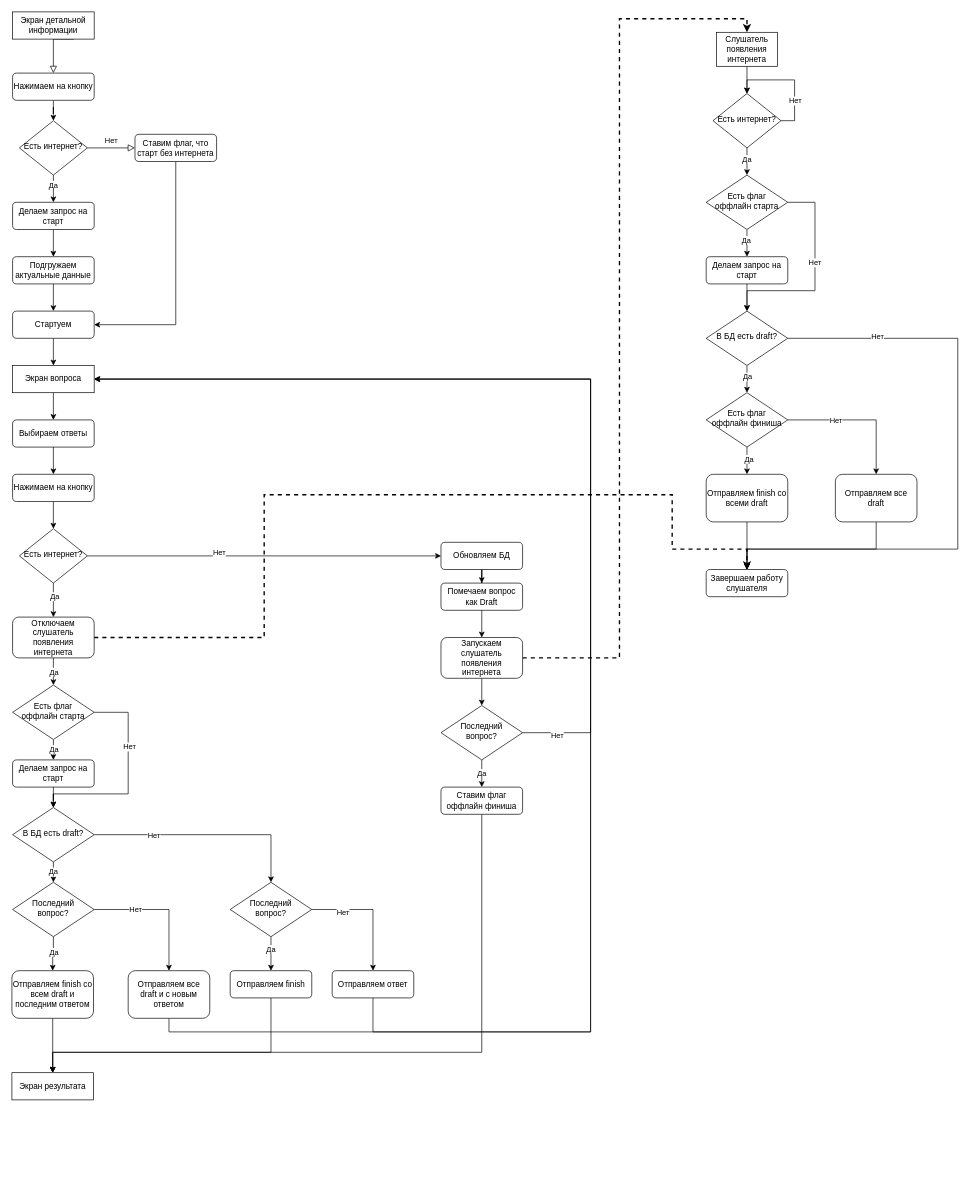
This is Диаграмма без названия.drawio from battisq/offline_flow, a draw.io file, before an edit. Source tidied: cells renumbered, new cells numbered last; positions are measured from the earlier drawing's top-left corner, leaving out a move shared by most shapes. Both pictures are drawn from the tidied source at 68%, with x=0, y=0 at pixel (12, 12).
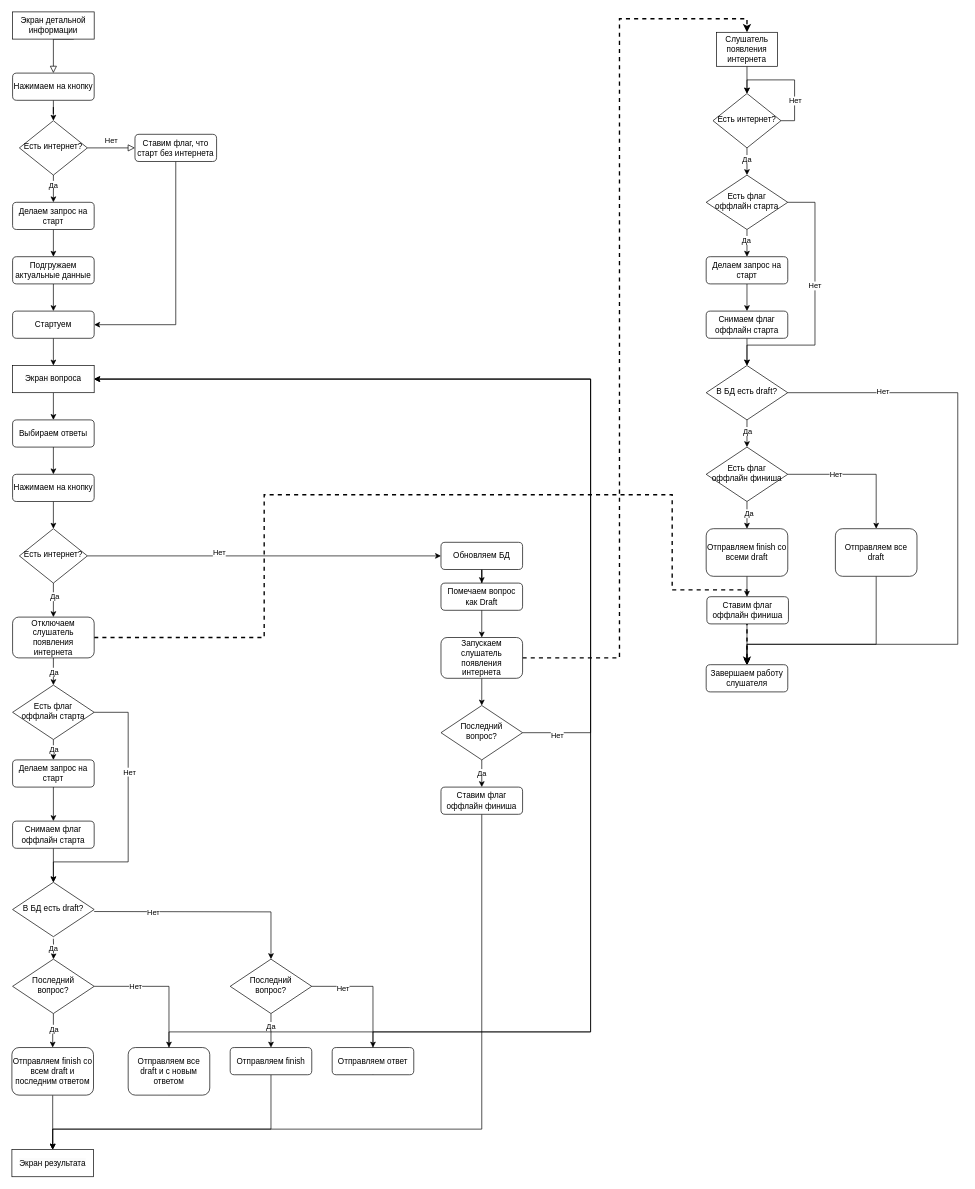
After the change.

Unchanged cells that the change refers to:
```xml
<mxCell id="39" value="Есть флаг оффлайн старта" style="rhombus;whiteSpace=wrap;html=1;shadow=0;fontFamily=Helvetica;fontSize=12;align=center;strokeWidth=1;spacing=6;spacingTop=-4;" parent="1" vertex="1">
  <mxGeometry x="1" y="990" width="120" height="80" as="geometry" />
</mxCell>
<mxCell id="41" value="Делаем запрос на старт" style="rounded=1;whiteSpace=wrap;html=1;fontSize=12;glass=0;strokeWidth=1;shadow=0;" parent="1" vertex="1">
  <mxGeometry x="1" y="1100" width="120" height="40" as="geometry" />
</mxCell>
<mxCell id="69" value="Ставим флаг оффлайн финиша" style="rounded=1;whiteSpace=wrap;html=1;fontSize=12;glass=0;strokeWidth=1;shadow=0;" parent="1" vertex="1">
  <mxGeometry x="631" y="1140" width="120" height="40" as="geometry" />
</mxCell>
<mxCell id="79" value="Отключаем слушатель появления интернета" style="rounded=1;whiteSpace=wrap;html=1;fontSize=12;glass=0;strokeWidth=1;shadow=0;" parent="1" vertex="1">
  <mxGeometry x="1" y="890" width="120" height="60" as="geometry" />
</mxCell>
<mxCell id="89" value="Есть флаг оффлайн старта" style="rhombus;whiteSpace=wrap;html=1;shadow=0;fontFamily=Helvetica;fontSize=12;align=center;strokeWidth=1;spacing=6;spacingTop=-4;" parent="1" vertex="1">
  <mxGeometry x="1021" y="240" width="120" height="80" as="geometry" />
</mxCell>
<mxCell id="91" value="Делаем запрос на старт" style="rounded=1;whiteSpace=wrap;html=1;fontSize=12;glass=0;strokeWidth=1;shadow=0;" parent="1" vertex="1">
  <mxGeometry x="1021" y="360" width="120" height="40" as="geometry" />
</mxCell>
```

What changed in the source:
```diff
@@
     <mxCell id="37" style="edgeStyle=orthogonalEdgeStyle;rounded=0;jettySize=auto;html=1;exitX=1;exitY=0.5;exitDx=0;exitDy=0;entryX=0.5;entryY=0;entryDx=0;entryDy=0;" parent="1" edge="1" source="39" target="45">
       <mxGeometry relative="1" as="geometry">
         <Array as="points">
           <mxPoint x="171" y="1030" />
-          <mxPoint x="171" y="1150" />
-          <mxPoint x="61" y="1150" />
+          <mxPoint x="171" y="1250" />
+          <mxPoint x="61" y="1250" />
         </Array>
       </mxGeometry>
     </mxCell>
@@
-    <mxCell id="40" style="edgeStyle=orthogonalEdgeStyle;rounded=0;jettySize=auto;html=1;" parent="1" edge="1" source="41" target="45">
+    <mxCell id="40" style="edgeStyle=orthogonalEdgeStyle;rounded=0;jettySize=auto;html=1;entryX=0.5;entryY=0;entryDx=0;entryDy=0;" parent="1" edge="1" source="41" target="108">
       <mxGeometry relative="1" as="geometry" />
     </mxCell>
@@
-    <mxCell id="42" value="Да" style="edgeStyle=orthogonalEdgeStyle;rounded=0;jettySize=auto;html=1;" parent="1" edge="1" source="45" target="50">
-      <mxGeometry relative="1" as="geometry" />
+    <mxCell id="42" value="Да" style="edgeStyle=orthogonalEdgeStyle;rounded=0;jettySize=auto;html=1;" parent="1" edge="1" target="50">
+      <mxGeometry relative="1" as="geometry">
+        <mxPoint x="61" y="1363" as="sourcePoint" />
+      </mxGeometry>
     </mxCell>
-    <mxCell id="43" style="edgeStyle=orthogonalEdgeStyle;rounded=0;jettySize=auto;html=1;exitX=1;exitY=0.5;exitDx=0;exitDy=0;" parent="1" edge="1" source="45" target="61">
-      <mxGeometry relative="1" as="geometry" />
+    <mxCell id="43" style="edgeStyle=orthogonalEdgeStyle;rounded=0;jettySize=auto;html=1;exitX=1;exitY=0.5;exitDx=0;exitDy=0;" parent="1" edge="1" target="61">
+      <mxGeometry relative="1" as="geometry">
+        <mxPoint x="121" y="1323" as="sourcePoint" />
+      </mxGeometry>
     </mxCell>
@@
     <mxCell id="45" value="В БД есть draft?" style="rhombus;whiteSpace=wrap;html=1;shadow=0;fontFamily=Helvetica;fontSize=12;align=center;strokeWidth=1;spacing=6;spacingTop=-4;" parent="1" vertex="1">
-      <mxGeometry x="1" y="1170" width="120" height="80" as="geometry" />
+      <mxGeometry x="1" y="1280" width="120" height="80" as="geometry" />
     </mxCell>
@@
     <mxCell id="50" value="Последний вопрос?" style="rhombus;whiteSpace=wrap;html=1;shadow=0;fontFamily=Helvetica;fontSize=12;align=center;strokeWidth=1;spacing=6;spacingTop=-4;" parent="1" vertex="1">
-      <mxGeometry x="1" y="1280" width="120" height="80" as="geometry" />
+      <mxGeometry x="1" y="1393" width="120" height="80" as="geometry" />
     </mxCell>
@@
     <mxCell id="52" value="Отправляем finish со всем draft и последним ответом" style="rounded=1;whiteSpace=wrap;html=1;fontSize=12;glass=0;strokeWidth=1;shadow=0;" parent="1" vertex="1">
-      <mxGeometry y="1410" width="120" height="70" as="geometry" />
+      <mxGeometry y="1523" width="120" height="70" as="geometry" />
     </mxCell>
@@
     <mxCell id="54" value="Отправляем все draft и с новым ответом" style="rounded=1;whiteSpace=wrap;html=1;fontSize=12;glass=0;strokeWidth=1;shadow=0;" parent="1" vertex="1">
-      <mxGeometry x="171" y="1410" width="120" height="70" as="geometry" />
+      <mxGeometry x="171" y="1523" width="120" height="70" as="geometry" />
     </mxCell>
@@
     <mxCell id="56" value="Отправляем ответ" style="rounded=1;whiteSpace=wrap;html=1;fontSize=12;glass=0;strokeWidth=1;shadow=0;" parent="1" vertex="1">
-      <mxGeometry x="471" y="1410" width="120" height="40" as="geometry" />
+      <mxGeometry x="471" y="1523" width="120" height="40" as="geometry" />
     </mxCell>
@@
     <mxCell id="61" value="Последний вопрос?" style="rhombus;whiteSpace=wrap;html=1;shadow=0;fontFamily=Helvetica;fontSize=12;align=center;strokeWidth=1;spacing=6;spacingTop=-4;" parent="1" vertex="1">
-      <mxGeometry x="321" y="1280" width="120" height="80" as="geometry" />
+      <mxGeometry x="321" y="1393" width="120" height="80" as="geometry" />
     </mxCell>
     <mxCell id="62" style="edgeStyle=orthogonalEdgeStyle;rounded=0;jettySize=auto;html=1;exitX=0.5;exitY=1;exitDx=0;exitDy=0;entryX=0.5;entryY=0;entryDx=0;entryDy=0;" parent="1" edge="1" source="63" target="70">
       <mxGeometry relative="1" as="geometry">
         <Array as="points">
-          <mxPoint x="381" y="1530" />
-          <mxPoint x="60" y="1530" />
+          <mxPoint x="381" y="1643" />
+          <mxPoint x="60" y="1643" />
         </Array>
       </mxGeometry>
     </mxCell>
     <mxCell id="63" value="Отправляем finish" style="rounded=1;whiteSpace=wrap;html=1;fontSize=12;glass=0;strokeWidth=1;shadow=0;" parent="1" vertex="1">
-      <mxGeometry x="321" y="1410" width="120" height="40" as="geometry" />
+      <mxGeometry x="321" y="1523" width="120" height="40" as="geometry" />
     </mxCell>
@@
     <mxCell id="68" style="edgeStyle=orthogonalEdgeStyle;rounded=0;jettySize=auto;html=1;exitX=0.5;exitY=1;exitDx=0;exitDy=0;entryX=0.5;entryY=0;entryDx=0;entryDy=0;" parent="1" edge="1" source="69" target="70">
       <mxGeometry relative="1" as="geometry">
         <Array as="points">
-          <mxPoint x="691" y="1530" />
-          <mxPoint x="60" y="1530" />
+          <mxPoint x="691" y="1643" />
+          <mxPoint x="60" y="1643" />
         </Array>
       </mxGeometry>
     </mxCell>
@@
     <mxCell id="70" value="&lt;span style=&quot;color: rgb(0, 0, 0); font-family: Helvetica; font-size: 12px; font-style: normal; font-variant-ligatures: normal; font-variant-caps: normal; font-weight: 400; letter-spacing: normal; orphans: 2; text-align: center; text-indent: 0px; text-transform: none; widows: 2; word-spacing: 0px; -webkit-text-stroke-width: 0px; background-color: rgb(251, 251, 251); text-decoration-thickness: initial; text-decoration-style: initial; text-decoration-color: initial; float: none; display: inline !important;&quot;&gt;Экран результата&lt;/span&gt;" style="rounded=0;whiteSpace=wrap;html=1;" parent="1" vertex="1">
-      <mxGeometry y="1560" width="120" height="40" as="geometry" />
+      <mxGeometry y="1673" width="120" height="40" as="geometry" />
     </mxCell>
@@
     <mxCell id="78" style="edgeStyle=orthogonalEdgeStyle;rounded=0;jettySize=auto;html=1;exitX=1;exitY=0.5;exitDx=0;exitDy=0;entryX=0.5;entryY=0;entryDx=0;entryDy=0;dashed=1;strokeWidth=2;" parent="1" edge="1" source="79" target="102">
       <mxGeometry relative="1" as="geometry">
         <Array as="points">
           <mxPoint x="371" y="920" />
           <mxPoint x="371" y="710" />
           <mxPoint x="971" y="710" />
-          <mxPoint x="971" y="790" />
-          <mxPoint x="1081" y="790" />
+          <mxPoint x="971" y="850" />
+          <mxPoint x="1081" y="850" />
         </Array>
       </mxGeometry>
     </mxCell>
@@
     <mxCell id="87" style="edgeStyle=orthogonalEdgeStyle;rounded=0;jettySize=auto;html=1;exitX=1;exitY=0.5;exitDx=0;exitDy=0;entryX=0.5;entryY=0;entryDx=0;entryDy=0;" parent="1" edge="1" source="89" target="96">
       <mxGeometry relative="1" as="geometry">
         <Array as="points">
           <mxPoint x="1181" y="280" />
-          <mxPoint x="1181" y="410" />
-          <mxPoint x="1081" y="410" />
+          <mxPoint x="1181" y="490" />
+          <mxPoint x="1081" y="490" />
         </Array>
       </mxGeometry>
     </mxCell>
@@
-    <mxCell id="90" style="edgeStyle=orthogonalEdgeStyle;rounded=0;jettySize=auto;html=1;exitX=0.5;exitY=1;exitDx=0;exitDy=0;entryX=0.5;entryY=0;entryDx=0;entryDy=0;" parent="1" edge="1" source="91" target="96">
+    <mxCell id="90" style="edgeStyle=orthogonalEdgeStyle;rounded=0;jettySize=auto;html=1;exitX=0.5;exitY=1;exitDx=0;exitDy=0;entryX=0.5;entryY=0;entryDx=0;entryDy=0;" parent="1" edge="1" source="91" target="112">
       <mxGeometry relative="1" as="geometry" />
     </mxCell>
@@
     <mxCell id="94" style="edgeStyle=orthogonalEdgeStyle;rounded=0;jettySize=auto;html=1;exitX=1;exitY=0.5;exitDx=0;exitDy=0;entryX=0.5;entryY=0;entryDx=0;entryDy=0;" parent="1" edge="1" source="96" target="102">
       <mxGeometry relative="1" as="geometry">
         <Array as="points">
-          <mxPoint x="1391" y="480" />
-          <mxPoint x="1391" y="790" />
-          <mxPoint x="1081" y="790" />
+          <mxPoint x="1391" y="560" />
+          <mxPoint x="1391" y="930" />
+          <mxPoint x="1081" y="930" />
         </Array>
       </mxGeometry>
     </mxCell>
@@
     <mxCell id="96" value="В БД есть draft?" style="rhombus;whiteSpace=wrap;html=1;shadow=0;fontFamily=Helvetica;fontSize=12;align=center;strokeWidth=1;spacing=6;spacingTop=-4;" parent="1" vertex="1">
-      <mxGeometry x="1021" y="440" width="120" height="80" as="geometry" />
+      <mxGeometry x="1021" y="520" width="120" height="80" as="geometry" />
     </mxCell>
@@
     <mxCell id="101" value="Есть флаг оффлайн финиша" style="rhombus;whiteSpace=wrap;html=1;shadow=0;fontFamily=Helvetica;fontSize=12;align=center;strokeWidth=1;spacing=6;spacingTop=-4;" parent="1" vertex="1">
-      <mxGeometry x="1021" y="560" width="120" height="80" as="geometry" />
+      <mxGeometry x="1021" y="640" width="120" height="80" as="geometry" />
     </mxCell>
     <mxCell id="102" value="Завершаем работу слушателя" style="rounded=1;whiteSpace=wrap;html=1;fontSize=12;glass=0;strokeWidth=1;shadow=0;" parent="1" vertex="1">
-      <mxGeometry x="1021" y="820" width="120" height="40" as="geometry" />
+      <mxGeometry x="1021" y="960" width="120" height="40" as="geometry" />
     </mxCell>
-    <mxCell id="103" style="edgeStyle=orthogonalEdgeStyle;rounded=0;jettySize=auto;html=1;" parent="1" edge="1" source="104" target="102">
-      <mxGeometry relative="1" as="geometry" />
+    <mxCell id="103" style="edgeStyle=orthogonalEdgeStyle;rounded=0;jettySize=auto;html=1;" parent="1" edge="1" source="104">
+      <mxGeometry relative="1" as="geometry">
+        <mxPoint x="1081" y="860" as="targetPoint" />
+      </mxGeometry>
     </mxCell>
     <mxCell id="104" value="Отправляем finish со всеми draft" style="rounded=1;whiteSpace=wrap;html=1;fontSize=12;glass=0;strokeWidth=1;shadow=0;" parent="1" vertex="1">
-      <mxGeometry x="1021" y="680" width="120" height="70" as="geometry" />
+      <mxGeometry x="1021" y="760" width="120" height="70" as="geometry" />
     </mxCell>
     <mxCell id="105" style="edgeStyle=orthogonalEdgeStyle;rounded=0;jettySize=auto;html=1;exitX=0.5;exitY=1;exitDx=0;exitDy=0;entryX=0.5;entryY=0;entryDx=0;entryDy=0;" parent="1" edge="1" source="106" target="102">
       <mxGeometry relative="1" as="geometry">
         <Array as="points">
-          <mxPoint x="1271" y="790" />
-          <mxPoint x="1081" y="790" />
+          <mxPoint x="1271" y="930" />
+          <mxPoint x="1081" y="930" />
         </Array>
       </mxGeometry>
     </mxCell>
     <mxCell id="106" value="Отправляем все draft" style="rounded=1;whiteSpace=wrap;html=1;fontSize=12;glass=0;strokeWidth=1;shadow=0;" parent="1" vertex="1">
-      <mxGeometry x="1211" y="680" width="120" height="70" as="geometry" />
+      <mxGeometry x="1211" y="760" width="120" height="70" as="geometry" />
     </mxCell>
+    <mxCell id="107" style="edgeStyle=orthogonalEdgeStyle;rounded=0;jettySize=auto;html=1;" parent="1" edge="1" source="108" target="45">
+      <mxGeometry relative="1" as="geometry" />
+    </mxCell>
+    <mxCell id="108" value="Снимаем флаг оффлайн старта" style="rounded=1;whiteSpace=wrap;html=1;fontSize=12;glass=0;strokeWidth=1;shadow=0;" parent="1" vertex="1">
+      <mxGeometry x="1" y="1190" width="120" height="40" as="geometry" />
+    </mxCell>
+    <mxCell id="109" style="edgeStyle=orthogonalEdgeStyle;rounded=0;jettySize=auto;html=1;" parent="1" edge="1" source="110" target="102">
+      <mxGeometry relative="1" as="geometry">
+        <Array as="points">
+          <mxPoint x="1081" y="920" />
+          <mxPoint x="1081" y="920" />
+        </Array>
+      </mxGeometry>
+    </mxCell>
+    <mxCell id="110" value="Ставим флаг оффлайн финиша" style="rounded=1;whiteSpace=wrap;html=1;fontSize=12;glass=0;strokeWidth=1;shadow=0;" parent="1" vertex="1">
+      <mxGeometry x="1022" y="860" width="120" height="40" as="geometry" />
+    </mxCell>
+    <mxCell id="111" style="edgeStyle=orthogonalEdgeStyle;rounded=0;jettySize=auto;html=1;" parent="1" edge="1" source="112" target="96">
+      <mxGeometry relative="1" as="geometry" />
+    </mxCell>
+    <mxCell id="112" value="Снимаем флаг оффлайн старта" style="rounded=1;whiteSpace=wrap;html=1;fontSize=12;glass=0;strokeWidth=1;shadow=0;" parent="1" vertex="1">
+      <mxGeometry x="1021" y="440" width="120" height="40" as="geometry" />
+    </mxCell>
```
